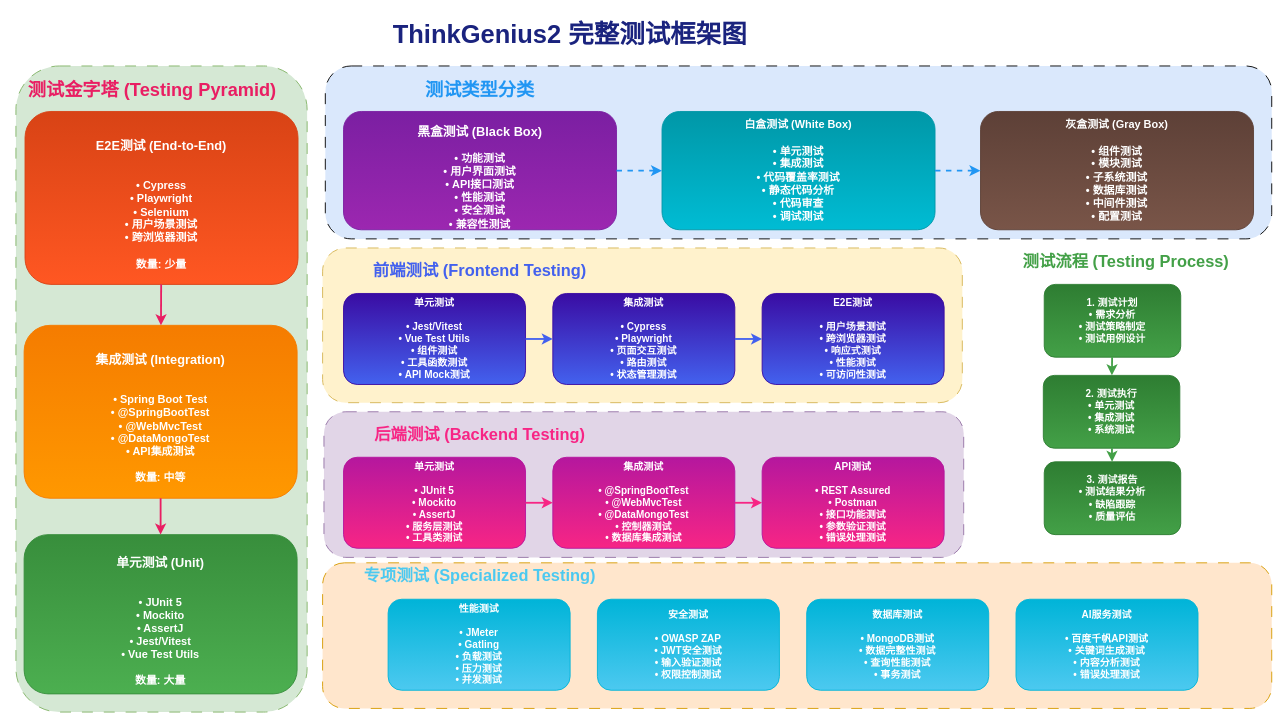
Above: docs/images/thinkgenius_ceshikuangjia.drawio in llTZBll/ThinkGenius (draw.io), before the change. Source tidied: cells renumbered, new cells numbered last; positions are measured from the earlier drawing's top-left corner, leaving out a move shared by most shapes. Both pictures are drawn from the tidied source at 91%, with x=0, y=0 at pixel (15, 15).
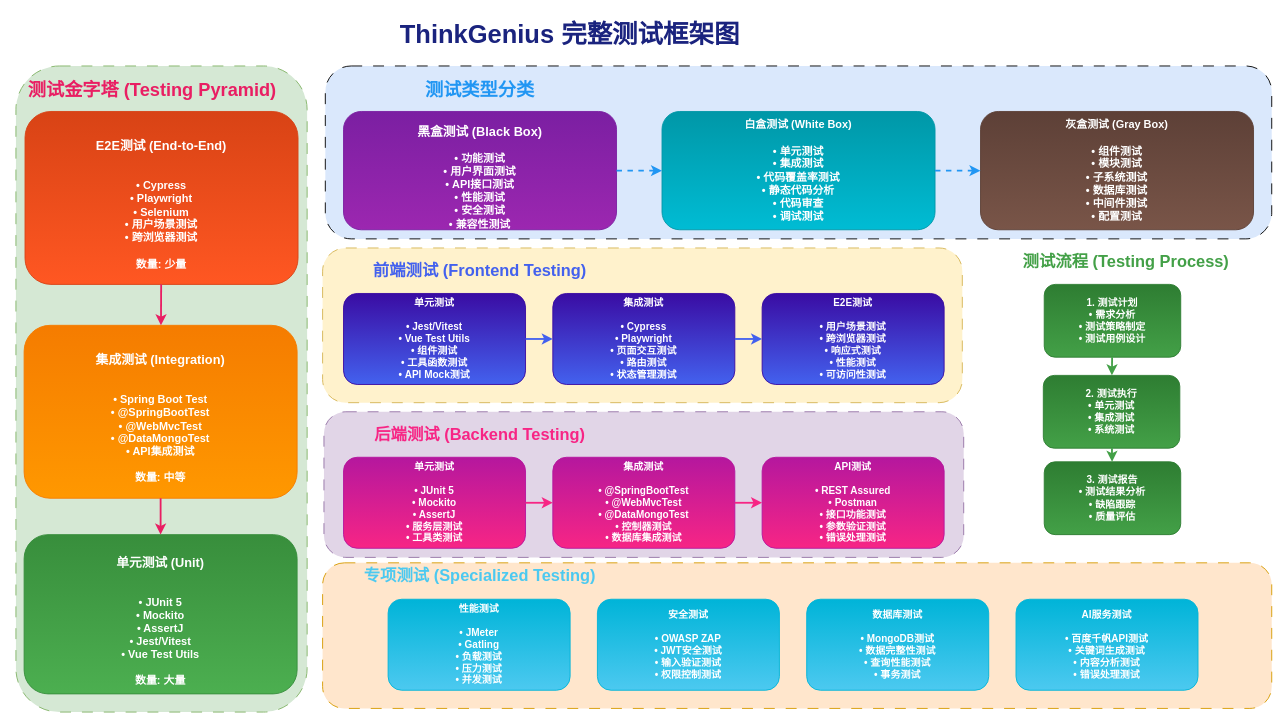
The same diagram, later.

Diff of the diagram source:
```diff
@@
-    <mxCell id="7" value="ThinkGenius2 完整测试框架图" style="text;html=1;strokeColor=none;fillColor=none;align=center;verticalAlign=middle;whiteSpace=wrap;rounded=0;fontSize=28;fontStyle=1;fontColor=#1a237e;" parent="1" vertex="1">
+    <mxCell id="7" value="ThinkGenius 完整测试框架图" style="text;html=1;strokeColor=none;fillColor=none;align=center;verticalAlign=middle;whiteSpace=wrap;rounded=0;fontSize=28;fontStyle=1;fontColor=#1a237e;" parent="1" vertex="1">
       <mxGeometry x="309" width="600" height="40" as="geometry" />
     </mxCell>
```
